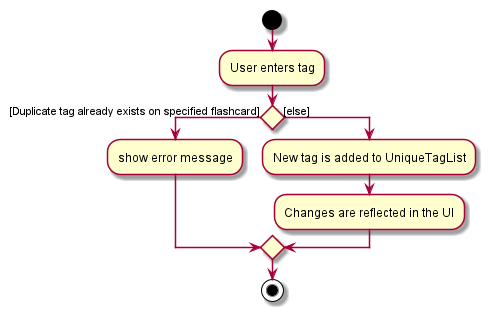
This is docs/images/NewTagActivityDiagram.png from nus-cs2103-AY2021S2/tp, a PlantUML export, as it was before one commit. The source it was exported from:
```plantuml
@startuml
start
:User enters tag;


if () then ([Duplicate tag already exists on specified flashcard])
    :show error message;
else ([else])
    :New tag is added to UniqueTagList;
    :Changes are reflected in the UI;
endif
stop
@enduml
```
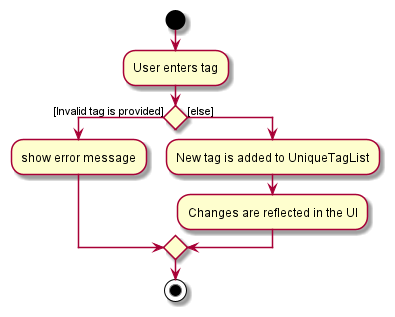
After the commit.

Diff of the diagram source:
```diff
@@ -3,7 +3,7 @@
 :User enters tag;
 
 
-if () then ([Duplicate tag already exists on specified flashcard])
+if () then ([Invalid tag is provided])
     :show error message;
 else ([else])
     :New tag is added to UniqueTagList;
```
